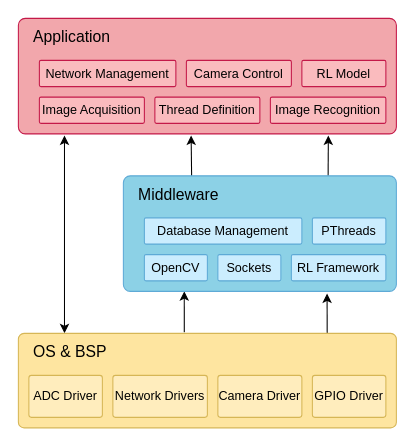
The draw.io diagram 2. Analysis/4. Software Architecture/software_architecture.drawio in esrg-silent-howl/argos, before the edit. Source tidied: cells renumbered, new cells numbered last; positions are measured from the earlier drawing's top-left corner, leaving out a move shared by most shapes. Both pictures are drawn from the tidied source at 105%, with x=0, y=0 at pixel (18, 18).
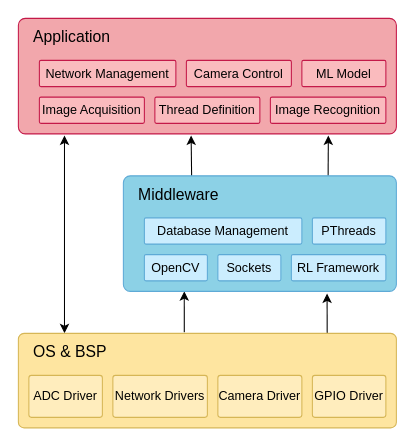
The same diagram, later.

Commit message (it also covers changes not shown here):
FIX: RL changed to ML in the SW Architecture Diagram

Change to the diagram source:
```diff
@@
-    <mxCell id="23" value="RL Model" style="rounded=1;whiteSpace=wrap;html=1;align=center;verticalAlign=middle;arcSize=6;strokeColor=#C41949;fillColor=#FABBBE;" parent="1" vertex="1">
+    <mxCell id="23" value="ML Model" style="rounded=1;whiteSpace=wrap;html=1;align=center;verticalAlign=middle;arcSize=6;strokeColor=#C41949;fillColor=#FABBBE;" parent="1" vertex="1">
       <mxGeometry x="270" y="40" width="80" height="25" as="geometry" />
     </mxCell>
```
